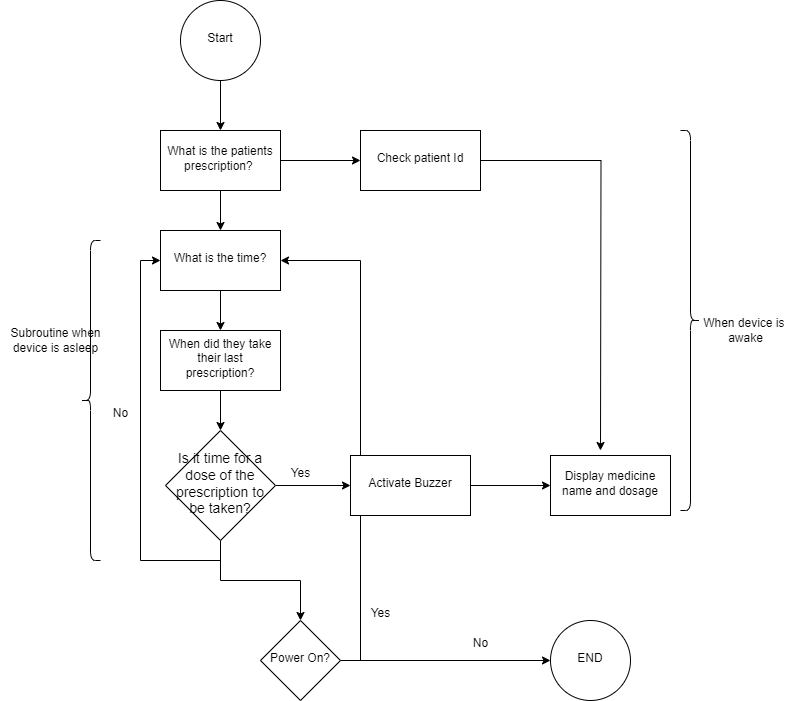
Above: MedAssistantProgramFlowchart.drawio.png in Iann-urus/Med-Assistant (draw.io), before the change. Source tidied: cells renumbered, new cells last; positions are measured from the earlier drawing's top-left corner, leaving out a move shared by most shapes.
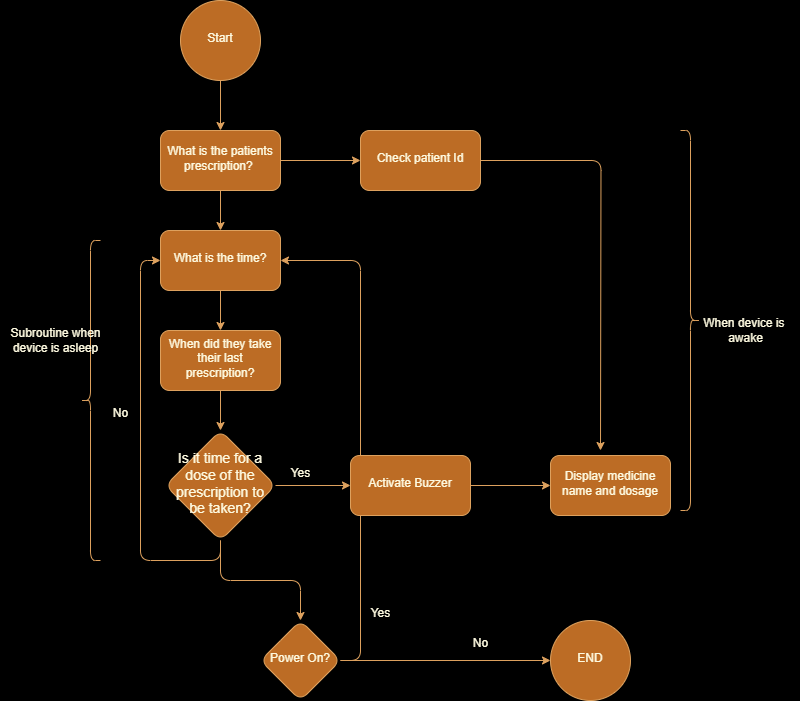
After the change.

The edit, as a diff of the source:
```diff
@@ -1,97 +1,97 @@
-<mxGraphModel>
+<mxGraphModel background="#000000">
   <root>
     <mxCell id="0" />
     <mxCell id="1" parent="0" />
-    <mxCell id="2" style="edgeStyle=orthogonalEdgeStyle;rounded=0;jettySize=auto;html=1;" parent="1" edge="1" source="3" target="6">
+    <mxCell id="2" style="edgeStyle=orthogonalEdgeStyle;rounded=1;jettySize=auto;html=1;labelBackgroundColor=none;strokeColor=#DDA15E;fontColor=default;" parent="1" edge="1" source="3" target="6">
       <mxGeometry relative="1" as="geometry" />
     </mxCell>
-    <mxCell id="3" value="Start" style="ellipse;whiteSpace=wrap;html=1;shadow=0;strokeWidth=1;spacing=6;spacingTop=-4;" parent="1" vertex="1">
+    <mxCell id="3" value="Start" style="ellipse;whiteSpace=wrap;html=1;shadow=0;strokeWidth=1;spacing=6;spacingTop=-4;labelBackgroundColor=none;fillColor=#BC6C25;strokeColor=#DDA15E;fontColor=#FEFAE0;rounded=1;" parent="1" vertex="1">
       <mxGeometry x="180" width="80" height="80" as="geometry" />
     </mxCell>
-    <mxCell id="4" style="edgeStyle=orthogonalEdgeStyle;rounded=0;jettySize=auto;html=1;" parent="1" edge="1" source="6" target="8">
+    <mxCell id="4" style="edgeStyle=orthogonalEdgeStyle;rounded=1;jettySize=auto;html=1;labelBackgroundColor=none;strokeColor=#DDA15E;fontColor=default;" parent="1" edge="1" source="6" target="8">
       <mxGeometry relative="1" as="geometry" />
     </mxCell>
-    <mxCell id="5" style="edgeStyle=orthogonalEdgeStyle;rounded=0;jettySize=auto;html=1;" parent="1" edge="1" source="6" target="12">
+    <mxCell id="5" style="edgeStyle=orthogonalEdgeStyle;rounded=1;jettySize=auto;html=1;labelBackgroundColor=none;strokeColor=#DDA15E;fontColor=default;" parent="1" edge="1" source="6" target="12">
       <mxGeometry relative="1" as="geometry" />
     </mxCell>
-    <mxCell id="6" value="What is the patients prescription?&amp;nbsp;" style="whiteSpace=wrap;html=1;shadow=0;strokeWidth=1;spacing=6;spacingTop=-4;" parent="1" vertex="1">
+    <mxCell id="6" value="What is the patients prescription?&amp;nbsp;" style="whiteSpace=wrap;html=1;shadow=0;strokeWidth=1;spacing=6;spacingTop=-4;labelBackgroundColor=none;fillColor=#BC6C25;strokeColor=#DDA15E;fontColor=#FEFAE0;rounded=1;" parent="1" vertex="1">
       <mxGeometry x="160" y="130" width="120" height="60" as="geometry" />
     </mxCell>
-    <mxCell id="7" style="edgeStyle=orthogonalEdgeStyle;rounded=0;jettySize=auto;html=1;" parent="1" edge="1" source="8" target="10">
+    <mxCell id="7" style="edgeStyle=orthogonalEdgeStyle;rounded=1;jettySize=auto;html=1;labelBackgroundColor=none;strokeColor=#DDA15E;fontColor=default;" parent="1" edge="1" source="8" target="10">
       <mxGeometry relative="1" as="geometry" />
     </mxCell>
-    <mxCell id="8" value="What is the time?" style="whiteSpace=wrap;html=1;shadow=0;strokeWidth=1;spacing=6;spacingTop=-4;" parent="1" vertex="1">
+    <mxCell id="8" value="What is the time?" style="whiteSpace=wrap;html=1;shadow=0;strokeWidth=1;spacing=6;spacingTop=-4;labelBackgroundColor=none;fillColor=#BC6C25;strokeColor=#DDA15E;fontColor=#FEFAE0;rounded=1;" parent="1" vertex="1">
       <mxGeometry x="160" y="230" width="120" height="60" as="geometry" />
     </mxCell>
-    <mxCell id="9" style="edgeStyle=orthogonalEdgeStyle;rounded=0;jettySize=auto;html=1;" parent="1" edge="1" source="10" target="18">
+    <mxCell id="9" style="edgeStyle=orthogonalEdgeStyle;rounded=1;jettySize=auto;html=1;labelBackgroundColor=none;strokeColor=#DDA15E;fontColor=default;" parent="1" edge="1" source="10" target="18">
       <mxGeometry relative="1" as="geometry" />
     </mxCell>
-    <mxCell id="10" value="When did they take their last prescription?" style="whiteSpace=wrap;html=1;shadow=0;strokeWidth=1;spacing=6;spacingTop=-4;" parent="1" vertex="1">
+    <mxCell id="10" value="When did they take their last prescription?" style="whiteSpace=wrap;html=1;shadow=0;strokeWidth=1;spacing=6;spacingTop=-4;labelBackgroundColor=none;fillColor=#BC6C25;strokeColor=#DDA15E;fontColor=#FEFAE0;rounded=1;" parent="1" vertex="1">
       <mxGeometry x="160" y="330" width="120" height="60" as="geometry" />
     </mxCell>
-    <mxCell id="11" style="edgeStyle=orthogonalEdgeStyle;rounded=0;jettySize=auto;html=1;exitX=1;exitY=0.5;exitDx=0;exitDy=0;" parent="1" edge="1" source="12">
+    <mxCell id="11" style="edgeStyle=orthogonalEdgeStyle;rounded=1;jettySize=auto;html=1;exitX=1;exitY=0.5;exitDx=0;exitDy=0;labelBackgroundColor=none;strokeColor=#DDA15E;fontColor=default;" parent="1" edge="1" source="12">
       <mxGeometry relative="1" as="geometry">
         <mxPoint x="600" y="450" as="targetPoint" />
       </mxGeometry>
     </mxCell>
-    <mxCell id="12" value="Check patient Id" style="whiteSpace=wrap;html=1;shadow=0;strokeWidth=1;spacing=6;spacingTop=-4;" parent="1" vertex="1">
+    <mxCell id="12" value="Check patient Id" style="whiteSpace=wrap;html=1;shadow=0;strokeWidth=1;spacing=6;spacingTop=-4;labelBackgroundColor=none;fillColor=#BC6C25;strokeColor=#DDA15E;fontColor=#FEFAE0;rounded=1;" parent="1" vertex="1">
       <mxGeometry x="360" y="130" width="120" height="60" as="geometry" />
     </mxCell>
-    <mxCell id="13" style="shape=curlyBracket;whiteSpace=wrap;html=1;rounded=1;flipH=1;labelPosition=right;verticalLabelPosition=middle;align=left;verticalAlign=middle;" parent="1" vertex="1">
+    <mxCell id="13" style="shape=curlyBracket;whiteSpace=wrap;html=1;rounded=1;flipH=1;labelPosition=right;verticalLabelPosition=middle;align=left;verticalAlign=middle;labelBackgroundColor=none;fillColor=#BC6C25;strokeColor=#DDA15E;fontColor=#FEFAE0;" parent="1" vertex="1">
       <mxGeometry x="680" y="130" width="20" height="380" as="geometry" />
     </mxCell>
-    <mxCell id="14" value="When device is&amp;nbsp;&lt;br&gt;awake" style="text;html=1;align=center;verticalAlign=middle;strokeColor=none;fillColor=none;" parent="1" vertex="1">
+    <mxCell id="14" value="When device is&amp;nbsp;&lt;br&gt;awake" style="text;html=1;align=center;verticalAlign=middle;strokeColor=none;fillColor=none;labelBackgroundColor=none;fontColor=#FEFAE0;rounded=1;" parent="1" vertex="1">
       <mxGeometry x="690" y="310" width="110" height="40" as="geometry" />
     </mxCell>
-    <mxCell id="15" style="edgeStyle=orthogonalEdgeStyle;rounded=0;jettySize=auto;html=1;" parent="1" edge="1" source="18" target="28">
+    <mxCell id="15" style="edgeStyle=orthogonalEdgeStyle;rounded=1;jettySize=auto;html=1;labelBackgroundColor=none;strokeColor=#DDA15E;fontColor=default;" parent="1" edge="1" source="18" target="28">
       <mxGeometry relative="1" as="geometry" />
     </mxCell>
-    <mxCell id="16" style="edgeStyle=orthogonalEdgeStyle;rounded=0;jettySize=auto;html=1;exitX=0.5;exitY=1;exitDx=0;exitDy=0;entryX=0;entryY=0.5;entryDx=0;entryDy=0;" parent="1" edge="1" source="18" target="8">
+    <mxCell id="16" style="edgeStyle=orthogonalEdgeStyle;rounded=1;jettySize=auto;html=1;exitX=0.5;exitY=1;exitDx=0;exitDy=0;entryX=0;entryY=0.5;entryDx=0;entryDy=0;labelBackgroundColor=none;strokeColor=#DDA15E;fontColor=default;" parent="1" edge="1" source="18" target="8">
       <mxGeometry relative="1" as="geometry" />
     </mxCell>
-    <mxCell id="17" style="edgeStyle=orthogonalEdgeStyle;rounded=0;jettySize=auto;html=1;" parent="1" edge="1" source="18" target="27">
+    <mxCell id="17" style="edgeStyle=orthogonalEdgeStyle;rounded=1;jettySize=auto;html=1;labelBackgroundColor=none;strokeColor=#DDA15E;fontColor=default;" parent="1" edge="1" source="18" target="27">
       <mxGeometry relative="1" as="geometry" />
     </mxCell>
-    <mxCell id="18" value="&lt;font style=&quot;font-size: 14px;&quot;&gt;Is it time for a dose of the prescription to be taken?&lt;/font&gt;" style="rhombus;whiteSpace=wrap;html=1;shadow=0;strokeWidth=1;spacing=6;spacingTop=-4;" parent="1" vertex="1">
+    <mxCell id="18" value="&lt;font style=&quot;font-size: 14px;&quot;&gt;Is it time for a dose of the prescription to be taken?&lt;/font&gt;" style="rhombus;whiteSpace=wrap;html=1;shadow=0;strokeWidth=1;spacing=6;spacingTop=-4;labelBackgroundColor=none;fillColor=#BC6C25;strokeColor=#DDA15E;fontColor=#FEFAE0;rounded=1;" parent="1" vertex="1">
       <mxGeometry x="165" y="430" width="110" height="110" as="geometry" />
     </mxCell>
-    <mxCell id="19" style="edgeStyle=orthogonalEdgeStyle;rounded=0;jettySize=auto;html=1;" parent="1" edge="1" source="28" target="21">
+    <mxCell id="19" style="edgeStyle=orthogonalEdgeStyle;rounded=1;jettySize=auto;html=1;labelBackgroundColor=none;strokeColor=#DDA15E;fontColor=default;" parent="1" edge="1" source="28" target="21">
       <mxGeometry relative="1" as="geometry" />
     </mxCell>
-    <mxCell id="20" value="Yes" style="text;html=1;align=center;verticalAlign=middle;strokeColor=none;fillColor=none;" parent="1" vertex="1">
+    <mxCell id="20" value="Yes" style="text;html=1;align=center;verticalAlign=middle;strokeColor=none;fillColor=none;labelBackgroundColor=none;fontColor=#FEFAE0;rounded=1;" parent="1" vertex="1">
       <mxGeometry x="280" y="458" width="40" height="30" as="geometry" />
     </mxCell>
-    <mxCell id="21" value="Display medicine name and dosage" style="whiteSpace=wrap;html=1;shadow=0;strokeWidth=1;spacing=6;spacingTop=-4;" parent="1" vertex="1">
+    <mxCell id="21" value="Display medicine name and dosage" style="whiteSpace=wrap;html=1;shadow=0;strokeWidth=1;spacing=6;spacingTop=-4;labelBackgroundColor=none;fillColor=#BC6C25;strokeColor=#DDA15E;fontColor=#FEFAE0;rounded=1;" parent="1" vertex="1">
       <mxGeometry x="550" y="455" width="120" height="60" as="geometry" />
     </mxCell>
-    <mxCell id="22" value="No" style="text;html=1;align=center;verticalAlign=middle;strokeColor=none;fillColor=none;" parent="1" vertex="1">
+    <mxCell id="22" value="No" style="text;html=1;align=center;verticalAlign=middle;strokeColor=none;fillColor=none;labelBackgroundColor=none;fontColor=#FEFAE0;rounded=1;" parent="1" vertex="1">
       <mxGeometry x="100" y="398" width="40" height="30" as="geometry" />
     </mxCell>
-    <mxCell id="23" style="shape=curlyBracket;whiteSpace=wrap;html=1;rounded=1;labelPosition=left;verticalLabelPosition=middle;align=right;verticalAlign=middle;" parent="1" vertex="1">
+    <mxCell id="23" style="shape=curlyBracket;whiteSpace=wrap;html=1;rounded=1;labelPosition=left;verticalLabelPosition=middle;align=right;verticalAlign=middle;labelBackgroundColor=none;fillColor=#BC6C25;strokeColor=#DDA15E;fontColor=#FEFAE0;" parent="1" vertex="1">
       <mxGeometry x="80" y="240" width="20" height="320" as="geometry" />
     </mxCell>
-    <mxCell id="24" value="Subroutine when &lt;br&gt;device is asleep" style="text;html=1;align=center;verticalAlign=middle;strokeColor=none;fillColor=none;" parent="1" vertex="1">
+    <mxCell id="24" value="Subroutine when &lt;br&gt;device is asleep" style="text;html=1;align=center;verticalAlign=middle;strokeColor=none;fillColor=none;labelBackgroundColor=none;fontColor=#FEFAE0;rounded=1;" parent="1" vertex="1">
       <mxGeometry y="320" width="110" height="40" as="geometry" />
     </mxCell>
-    <mxCell id="25" style="edgeStyle=orthogonalEdgeStyle;rounded=0;jettySize=auto;html=1;exitX=1;exitY=0.5;exitDx=0;exitDy=0;entryX=1;entryY=0.5;entryDx=0;entryDy=0;" parent="1" edge="1" source="27" target="8">
+    <mxCell id="25" style="edgeStyle=orthogonalEdgeStyle;rounded=1;jettySize=auto;html=1;exitX=1;exitY=0.5;exitDx=0;exitDy=0;entryX=1;entryY=0.5;entryDx=0;entryDy=0;labelBackgroundColor=none;strokeColor=#DDA15E;fontColor=default;" parent="1" edge="1" source="27" target="8">
       <mxGeometry relative="1" as="geometry" />
     </mxCell>
-    <mxCell id="26" style="edgeStyle=orthogonalEdgeStyle;rounded=0;jettySize=auto;html=1;" parent="1" edge="1" source="27" target="30">
+    <mxCell id="26" style="edgeStyle=orthogonalEdgeStyle;rounded=1;jettySize=auto;html=1;labelBackgroundColor=none;strokeColor=#DDA15E;fontColor=default;" parent="1" edge="1" source="27" target="30">
       <mxGeometry relative="1" as="geometry" />
     </mxCell>
-    <mxCell id="27" value="Power On?" style="rhombus;whiteSpace=wrap;html=1;shadow=0;strokeWidth=1;spacing=6;spacingTop=-4;" parent="1" vertex="1">
+    <mxCell id="27" value="Power On?" style="rhombus;whiteSpace=wrap;html=1;shadow=0;strokeWidth=1;spacing=6;spacingTop=-4;labelBackgroundColor=none;fillColor=#BC6C25;strokeColor=#DDA15E;fontColor=#FEFAE0;rounded=1;" parent="1" vertex="1">
       <mxGeometry x="260" y="620" width="80" height="80" as="geometry" />
     </mxCell>
-    <mxCell id="28" value="Activate Buzzer" style="whiteSpace=wrap;html=1;shadow=0;strokeWidth=1;spacing=6;spacingTop=-4;" parent="1" vertex="1">
+    <mxCell id="28" value="Activate Buzzer" style="whiteSpace=wrap;html=1;shadow=0;strokeWidth=1;spacing=6;spacingTop=-4;labelBackgroundColor=none;fillColor=#BC6C25;strokeColor=#DDA15E;fontColor=#FEFAE0;rounded=1;" parent="1" vertex="1">
       <mxGeometry x="350" y="455" width="120" height="60" as="geometry" />
     </mxCell>
-    <mxCell id="29" value="Yes" style="text;html=1;align=center;verticalAlign=middle;strokeColor=none;fillColor=none;" parent="1" vertex="1">
+    <mxCell id="29" value="Yes" style="text;html=1;align=center;verticalAlign=middle;strokeColor=none;fillColor=none;labelBackgroundColor=none;fontColor=#FEFAE0;rounded=1;" parent="1" vertex="1">
       <mxGeometry x="360" y="598" width="40" height="30" as="geometry" />
     </mxCell>
-    <mxCell id="30" value="END" style="ellipse;whiteSpace=wrap;html=1;shadow=0;strokeWidth=1;spacing=6;spacingTop=-4;" parent="1" vertex="1">
+    <mxCell id="30" value="END" style="ellipse;whiteSpace=wrap;html=1;shadow=0;strokeWidth=1;spacing=6;spacingTop=-4;labelBackgroundColor=none;fillColor=#BC6C25;strokeColor=#DDA15E;fontColor=#FEFAE0;rounded=1;" parent="1" vertex="1">
       <mxGeometry x="550" y="620" width="80" height="80" as="geometry" />
     </mxCell>
-    <mxCell id="31" value="No" style="text;html=1;align=center;verticalAlign=middle;strokeColor=none;fillColor=none;" parent="1" vertex="1">
+    <mxCell id="31" value="No" style="text;html=1;align=center;verticalAlign=middle;strokeColor=none;fillColor=none;labelBackgroundColor=none;fontColor=#FEFAE0;rounded=1;" parent="1" vertex="1">
       <mxGeometry x="460" y="628" width="40" height="30" as="geometry" />
     </mxCell>
   </root>
```
